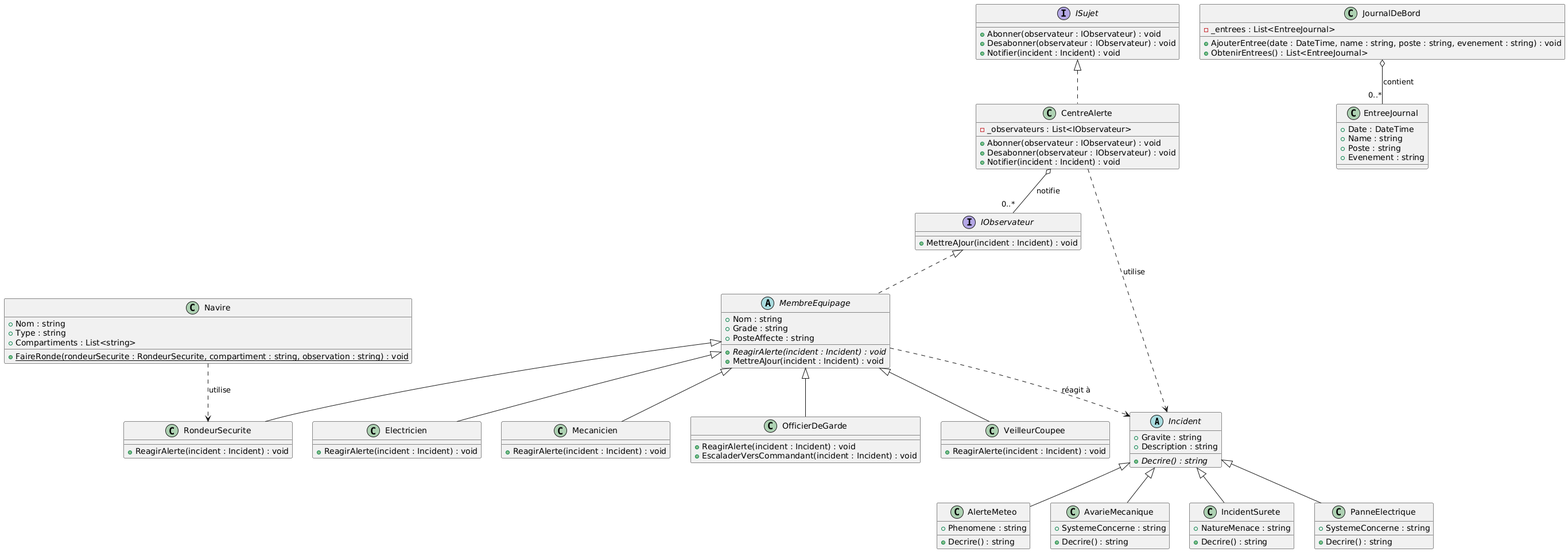
Melisakira/QuartAQuai keeps this PlantUML diagram as UML diagram.png. Above is the earlier version.
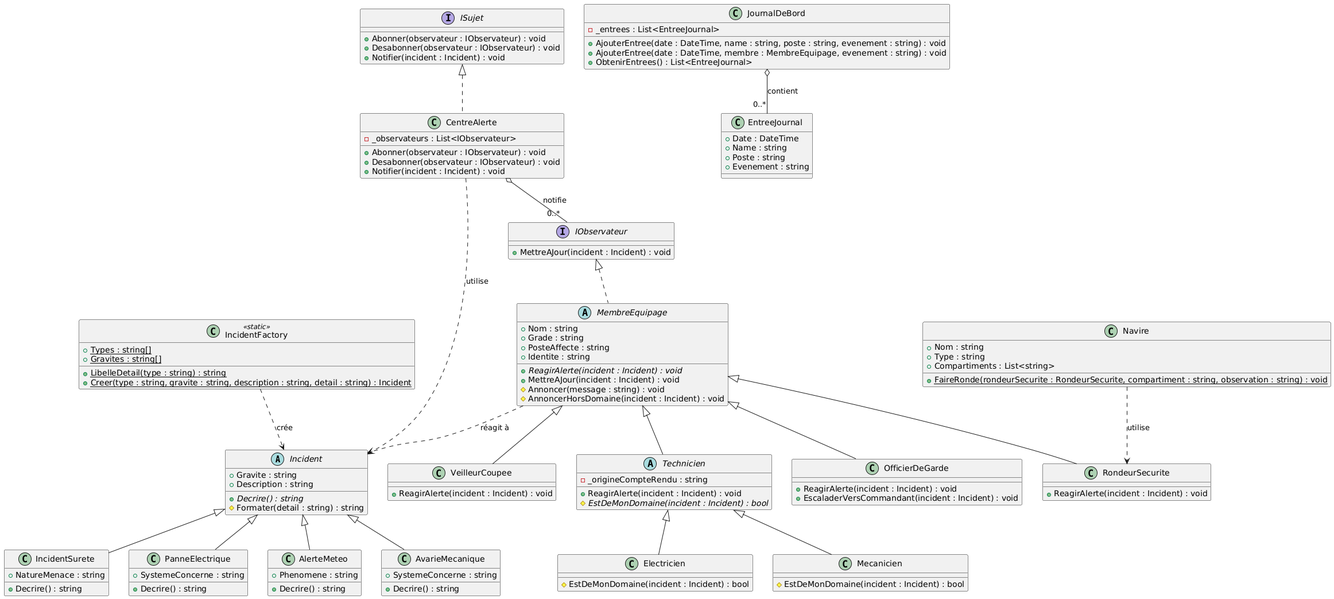
Above is the later version.

Diff of the diagram source:
```diff
@@ -1,8 +1,10 @@
-@startuml
+@startuml QuartAQuai
+
 abstract class Incident {
     +Gravite : string
     +Description : string
     +{abstract} Decrire() : string
+    #Formater(detail : string) : string
 }
 class AlerteMeteo {
     +Phenomene : string
@@ -25,6 +27,14 @@
 Incident <|-- AvarieMecanique
 Incident <|-- IncidentSurete
 Incident <|-- PanneElectrique
+
+class IncidentFactory <<static>> {
+    +{static} Types : string[]
+    +{static} Gravites : string[]
+    +{static} LibelleDetail(type : string) : string
+    +{static} Creer(type : string, gravite : string, description : string, detail : string) : Incident
+}
+IncidentFactory ..> Incident : crée
 
 interface IObservateur {
     +MettreAJour(incident : Incident) : void
@@ -49,14 +59,22 @@
     +Nom : string
     +Grade : string
     +PosteAffecte : string
+    +Identite : string
     +{abstract} ReagirAlerte(incident : Incident) : void
     +MettreAJour(incident : Incident) : void
+    #Annoncer(message : string) : void
+    #AnnoncerHorsDomaine(incident : Incident) : void
+}
+abstract class Technicien {
+    -_origineCompteRendu : string
+    +ReagirAlerte(incident : Incident) : void
+    #{abstract} EstDeMonDomaine(incident : Incident) : bool
 }
 class Electricien {
-    +ReagirAlerte(incident : Incident) : void
+    #EstDeMonDomaine(incident : Incident) : bool
 }
 class Mecanicien {
-    +ReagirAlerte(incident : Incident) : void
+    #EstDeMonDomaine(incident : Incident) : bool
 }
 class OfficierDeGarde {
     +ReagirAlerte(incident : Incident) : void
@@ -69,8 +87,9 @@
     +ReagirAlerte(incident : Incident) : void
 }
 
-MembreEquipage <|-- Electricien
-MembreEquipage <|-- Mecanicien
+MembreEquipage <|-- Technicien
+Technicien <|-- Electricien
+Technicien <|-- Mecanicien
 MembreEquipage <|-- OfficierDeGarde
 MembreEquipage <|-- RondeurSecurite
 MembreEquipage <|-- VeilleurCoupee
@@ -88,6 +107,7 @@
 class JournalDeBord {
     -_entrees : List<EntreeJournal>
     +AjouterEntree(date : DateTime, name : string, poste : string, evenement : string) : void
+    +AjouterEntree(date : DateTime, membre : MembreEquipage, evenement : string) : void
     +ObtenirEntrees() : List<EntreeJournal>
 }
 class EntreeJournal {
@@ -97,4 +117,5 @@
     +Evenement : string
 }
 JournalDeBord o-- "0..*" EntreeJournal : contient
+
 @enduml
```
